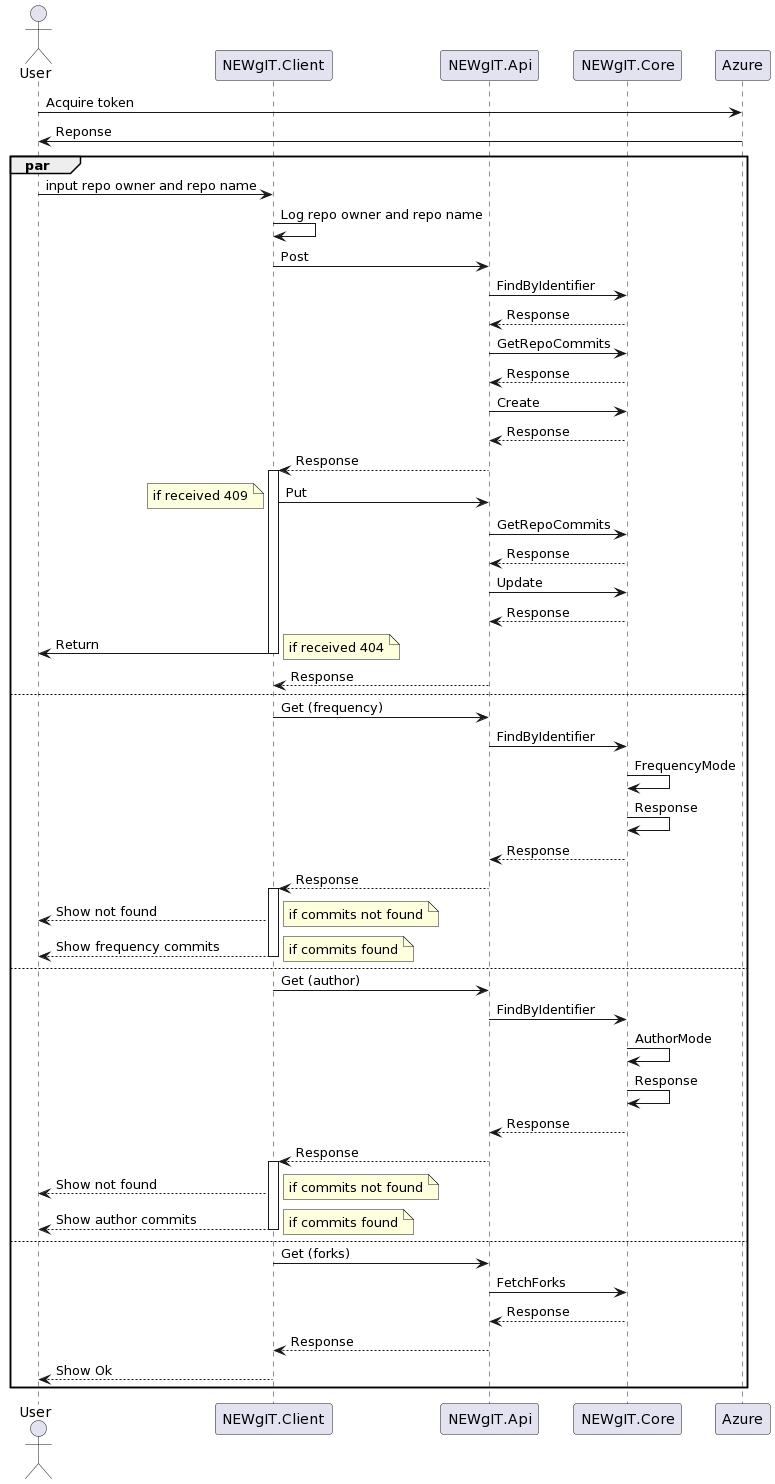
atro-itu/bdsa-project-newgit keeps this PlantUML diagram as images/sequence_diagram.png. Above is the earlier version.
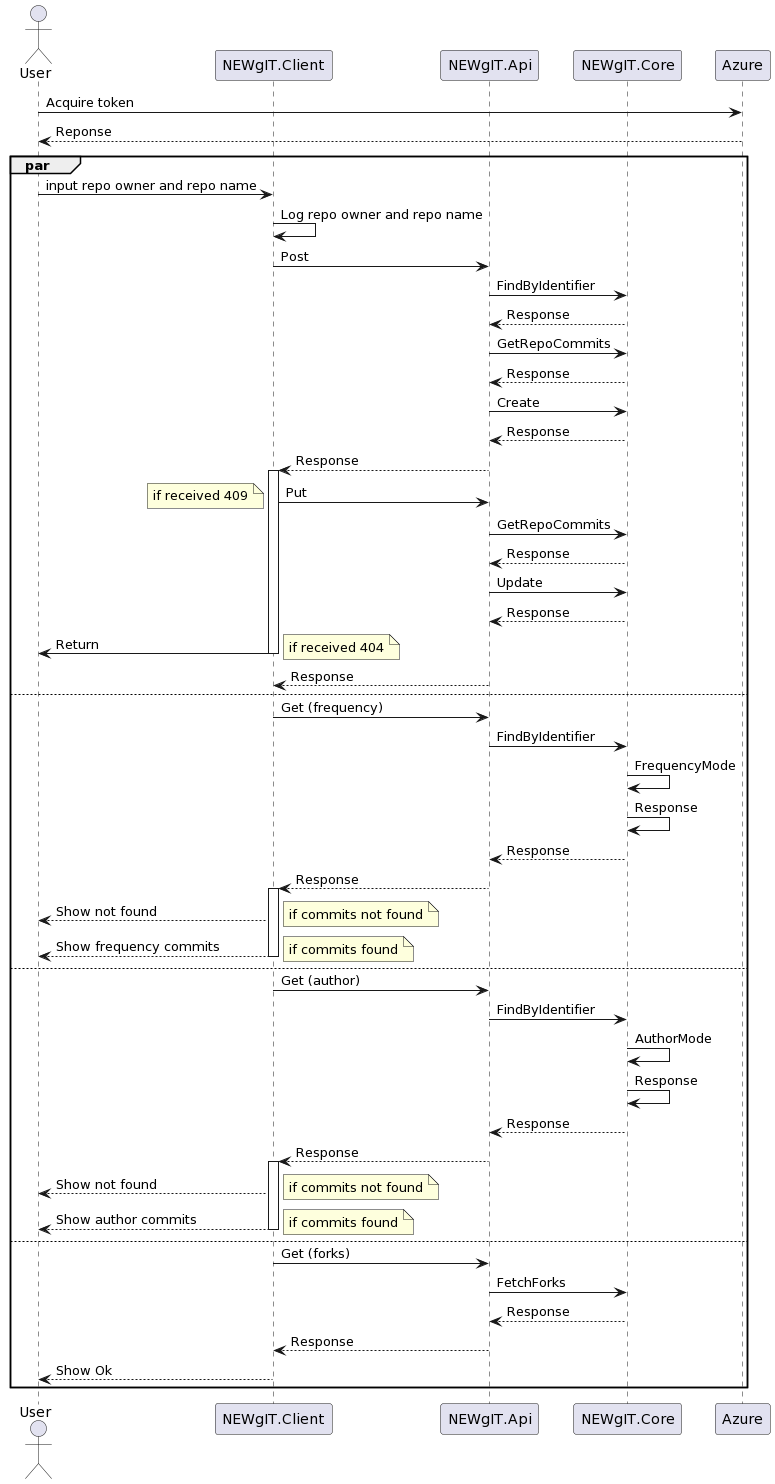
After the commit.

Commit message:
fix response arrow

What changed in the source:
```diff
@@ -7,7 +7,7 @@
 
 
 User -> Azure : Acquire token
-User <- Azure : Reponse
+User <-- Azure : Reponse
 
 par
 User -> NEWgIT.Client : input repo owner and repo name
```
